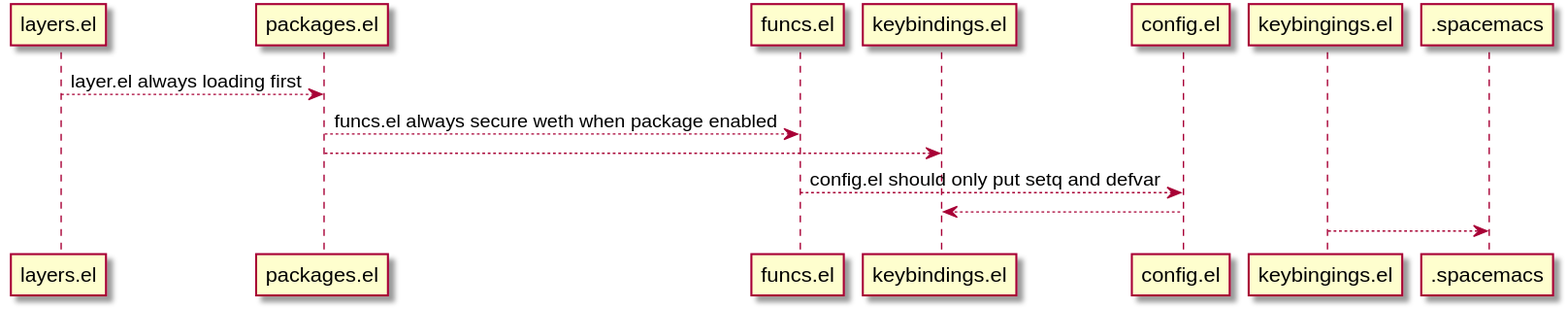
Before: _assets/img/loading.svg, a diagram exported from PlantUML (nhannht/david).
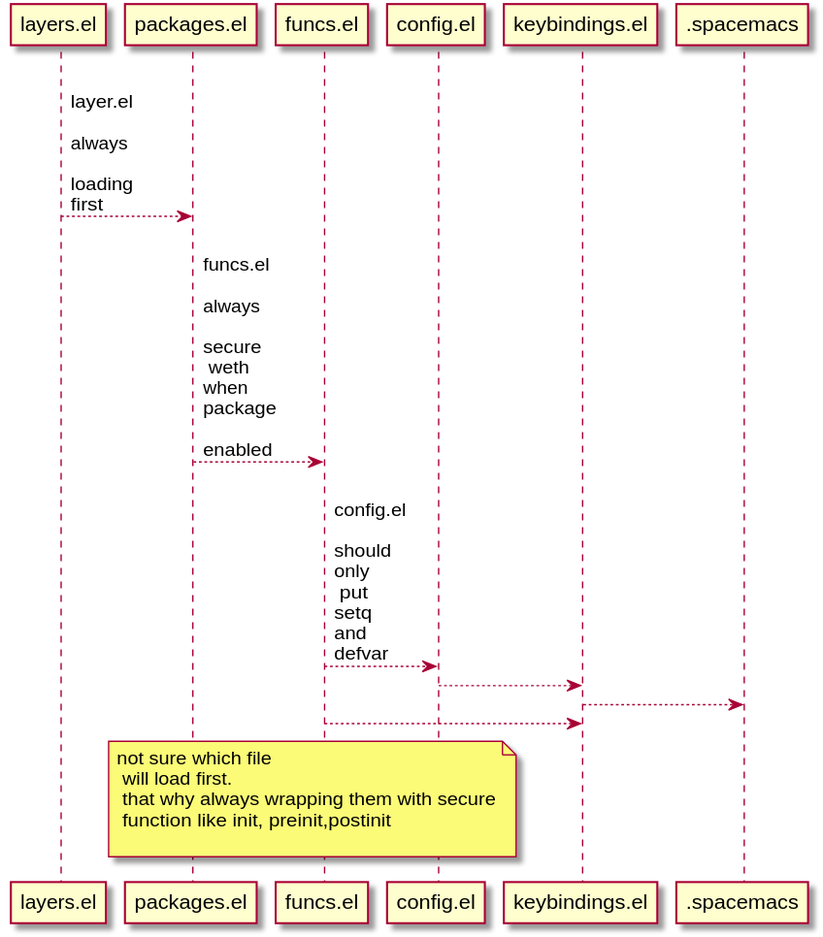
After the change.

The edit, as a diff of the source:
```diff
@@ -1,10 +1,10 @@
 @startuml
-    layers.el --> packages.el :layer.el always loading first
-  packages.el --> funcs.el : funcs.el always secure weth when package enabled
-packages.el --> keybindings.el :
-
-funcs.el --> config.el :config.el should only put setq and defvar
-config.el --> keybindings.el
-keybingings.el --> .spacemacs
-
+skinparam maxMessageSize 40
+    layers.el --> packages.el :layer.el always\n loading first
+    packages.el --> funcs.el : funcs.el always secure\n weth when package enabled
+    funcs.el --> config.el :config.el should only\n put setq and defvar
+    config.el --> keybindings.el
+    keybindings.el --> .spacemacs
+      funcs.el --> keybindings.el
+    note over "packages.el", config.el: not sure which file\n will load first.\n that why always wrapping them with secure\n function like init, preinit,postinit\n
 @enduml
```
